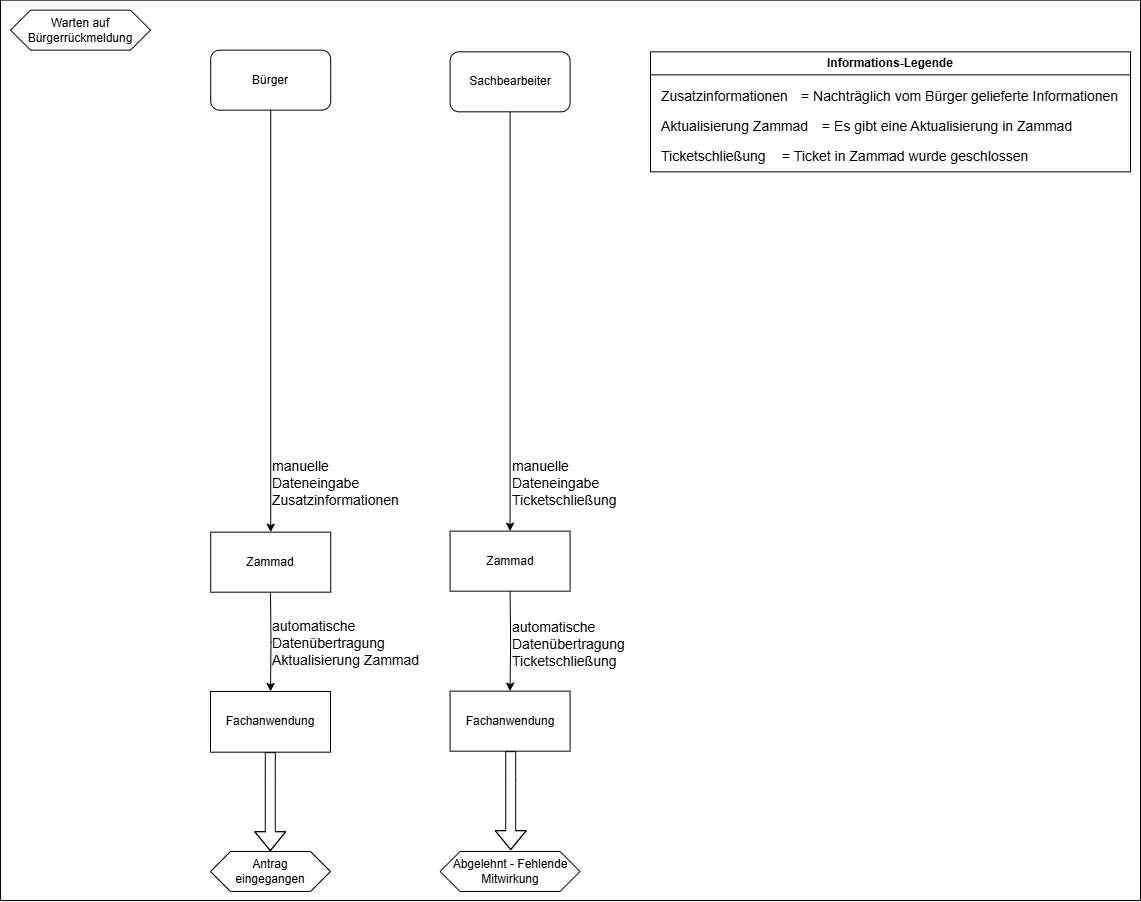
Above: docs/src/about/dataflow-diagram/Warten-state.png in it-at-m/stadtbezirksbudget (draw.io), before the change. Source tidied: cells renumbered, new cells last; positions are measured from the earlier drawing's top-left corner, leaving out a move shared by most shapes.
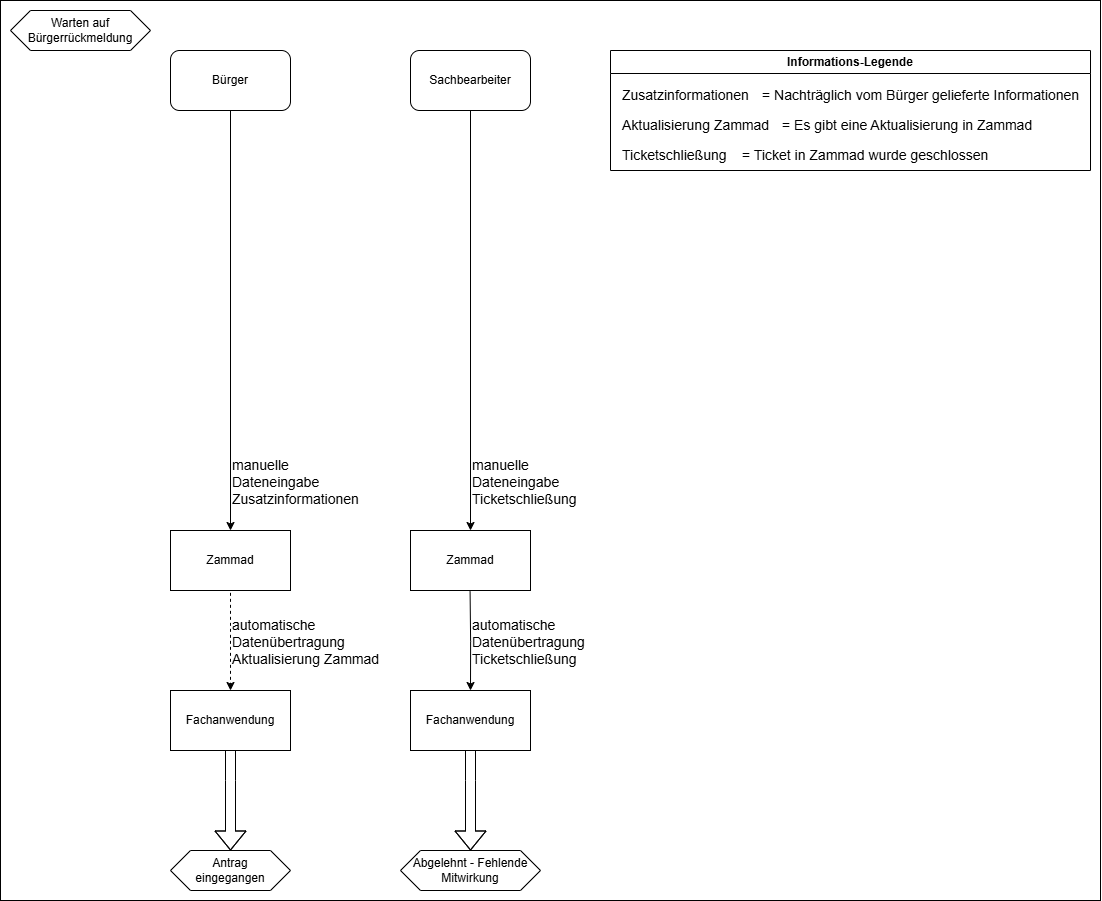
After the commit.

What changed in the source:
```diff
@@ -2,102 +2,109 @@
   <root>
     <mxCell id="0" />
     <mxCell id="1" parent="0" />
+    <mxCell id="29" style="edgeStyle=orthogonalEdgeStyle;rounded=0;orthogonalLoop=1;jettySize=auto;html=1;entryX=0.5;entryY=0;entryDx=0;entryDy=0;" parent="1" edge="1">
+      <mxGeometry relative="1" as="geometry">
+        <mxPoint x="790" y="690" as="targetPoint" />
+      </mxGeometry>
+    </mxCell>
     <mxCell id="2" value="Warten auf Bürgerrückmeldung" style="shape=hexagon;perimeter=hexagonPerimeter2;whiteSpace=wrap;html=1;fixedSize=1;" parent="1" vertex="1">
-      <mxGeometry x="10" y="9.7" width="140" height="40" as="geometry" />
+      <mxGeometry x="10" y="10" width="140" height="40" as="geometry" />
     </mxCell>
-    <mxCell id="3" style="edgeStyle=orthogonalEdgeStyle;rounded=0;jettySize=auto;html=1;entryX=0.5;entryY=0;entryDx=0;entryDy=0;" parent="1" edge="1" source="4" target="5">
-      <mxGeometry relative="1" as="geometry" />
-    </mxCell>
+    <mxCell id="30" style="edgeStyle=orthogonalEdgeStyle;rounded=0;jettySize=auto;html=1;entryX=0.5;entryY=0;entryDx=0;entryDy=0;" parent="1" edge="1" source="4" target="31">
+      <mxGeometry relative="1" as="geometry" />
+    </mxCell>
     <mxCell id="4" value="Bürger" style="rounded=1;whiteSpace=wrap;html=1;" parent="1" vertex="1">
-      <mxGeometry x="210.2" y="49.7" width="120" height="60" as="geometry" />
+      <mxGeometry x="170" y="50" width="120" height="60" as="geometry" />
     </mxCell>
-    <mxCell id="5" value="Zammad" style="rounded=0;whiteSpace=wrap;html=1;" parent="1" vertex="1">
-      <mxGeometry x="210.2" y="531.7" width="120" height="60" as="geometry" />
-    </mxCell>
+    <mxCell id="31" value="Zammad" style="rounded=0;whiteSpace=wrap;html=1;" parent="1" vertex="1">
+      <mxGeometry x="170" y="530" width="120" height="60" as="geometry" />
+    </mxCell>
     <mxCell id="6" value="&lt;div&gt;&lt;font style=&quot;font-size: 14px;&quot;&gt;manuelle&lt;/font&gt;&lt;/div&gt;&lt;div&gt;&lt;font style=&quot;font-size: 14px;&quot;&gt;Dateneingabe&lt;/font&gt;&lt;/div&gt;&lt;div&gt;&lt;font style=&quot;&quot;&gt;&lt;font style=&quot;font-size: 14px;&quot;&gt;Zusatzinformationen&lt;/font&gt;&lt;br&gt;&lt;/font&gt;&lt;/div&gt;" style="text;whiteSpace=wrap;html=1;" parent="1" vertex="1">
-      <mxGeometry x="269.8" y="451" width="120" height="50" as="geometry" />
+      <mxGeometry x="230" y="450" width="120" height="50" as="geometry" />
     </mxCell>
-    <mxCell id="7" style="edgeStyle=orthogonalEdgeStyle;rounded=0;jettySize=auto;html=1;entryX=0.5;entryY=0;entryDx=0;entryDy=0;" parent="1" edge="1" target="8">
-      <mxGeometry relative="1" as="geometry">
-        <mxPoint x="270" y="592" as="sourcePoint" />
-      </mxGeometry>
-    </mxCell>
-    <mxCell id="8" value="Fachanwendung" style="rounded=0;whiteSpace=wrap;html=1;" parent="1" vertex="1">
-      <mxGeometry x="210" y="691" width="120" height="60.7" as="geometry" />
-    </mxCell>
+    <mxCell id="32" style="edgeStyle=orthogonalEdgeStyle;rounded=0;orthogonalLoop=1;jettySize=auto;html=1;entryX=0.5;entryY=0;entryDx=0;entryDy=0;dashed=1;" parent="1" edge="1">
+      <mxGeometry relative="1" as="geometry">
+        <mxPoint x="230" y="592.3" as="sourcePoint" />
+        <mxPoint x="230" y="690" as="targetPoint" />
+      </mxGeometry>
+    </mxCell>
     <mxCell id="9" value="&lt;div&gt;&lt;font style=&quot;font-size: 14px;&quot;&gt;automatische&lt;/font&gt;&lt;/div&gt;&lt;div&gt;&lt;font style=&quot;font-size: 14px;&quot;&gt;Datenübertragung&lt;/font&gt;&lt;/div&gt;&lt;div&gt;&lt;font style=&quot;font-size: 14px;&quot;&gt;Aktualisierung &lt;/font&gt;&lt;font style=&quot;&quot;&gt;&lt;font style=&quot;font-size: 14px;&quot;&gt;Zammad&lt;/font&gt;&lt;br&gt;&lt;/font&gt;&lt;/div&gt;" style="text;whiteSpace=wrap;html=1;" parent="1" vertex="1">
-      <mxGeometry x="269.6" y="611" width="180" height="50" as="geometry" />
+      <mxGeometry x="230" y="610" width="180" height="50" as="geometry" />
     </mxCell>
-    <mxCell id="10" style="shape=flexArrow;endArrow=classic;html=1;rounded=0;exitX=0.5;exitY=1;exitDx=0;exitDy=0;entryX=0.5;entryY=0;entryDx=0;entryDy=0;" parent="1" edge="1">
-      <mxGeometry relative="1" as="geometry">
-        <mxPoint x="269.8" y="751.7" as="sourcePoint" />
-        <mxPoint x="269.8" y="850.7" as="targetPoint" />
-        <Array as="points">
-          <mxPoint x="269.8" y="780.7" />
-        </Array>
-      </mxGeometry>
-    </mxCell>
+    <mxCell id="33" style="shape=flexArrow;endArrow=classic;html=1;rounded=0;entryX=0.5;entryY=0;entryDx=0;entryDy=0;" parent="1" edge="1">
+      <mxGeometry relative="1" as="geometry">
+        <mxPoint x="230" y="730" as="sourcePoint" />
+        <mxPoint x="230" y="850" as="targetPoint" />
+        <Array as="points">
+          <mxPoint x="230" y="780" />
+        </Array>
+      </mxGeometry>
+    </mxCell>
     <mxCell id="11" value="Antrag&lt;div&gt;eingegangen&lt;/div&gt;" style="shape=hexagon;perimeter=hexagonPerimeter2;whiteSpace=wrap;html=1;fixedSize=1;" parent="1" vertex="1">
-      <mxGeometry x="210" y="851" width="120" height="40" as="geometry" />
+      <mxGeometry x="170" y="850" width="120" height="40" as="geometry" />
     </mxCell>
     <mxCell id="12" value="Sachbearbeiter" style="rounded=1;whiteSpace=wrap;html=1;" parent="1" vertex="1">
-      <mxGeometry x="449.6" y="51.3" width="120" height="60" as="geometry" />
+      <mxGeometry x="410" y="50" width="120" height="60" as="geometry" />
     </mxCell>
-    <mxCell id="13" style="edgeStyle=orthogonalEdgeStyle;rounded=0;jettySize=auto;html=1;entryX=0.5;entryY=0;entryDx=0;entryDy=0;exitX=0.5;exitY=1;exitDx=0;exitDy=0;" parent="1" edge="1" target="14">
-      <mxGeometry relative="1" as="geometry">
-        <mxPoint x="509.6" y="590.7" as="sourcePoint" />
-      </mxGeometry>
-    </mxCell>
-    <mxCell id="14" value="Fachanwendung" style="rounded=0;whiteSpace=wrap;html=1;" parent="1" vertex="1">
-      <mxGeometry x="449.6" y="690.7" width="120" height="60" as="geometry" />
-    </mxCell>
-    <mxCell id="15" value="Zammad" style="rounded=0;whiteSpace=wrap;html=1;" parent="1" vertex="1">
-      <mxGeometry x="449.6" y="530.7" width="120" height="60" as="geometry" />
-    </mxCell>
+    <mxCell id="34" style="edgeStyle=orthogonalEdgeStyle;rounded=0;orthogonalLoop=1;jettySize=auto;html=1;entryX=0.5;entryY=0;entryDx=0;entryDy=0;exitX=0.5;exitY=1;exitDx=0;exitDy=0;" parent="1" edge="1">
+      <mxGeometry relative="1" as="geometry">
+        <mxPoint x="469.6" y="591" as="sourcePoint" />
+        <mxPoint x="470" y="690" as="targetPoint" />
+      </mxGeometry>
+    </mxCell>
+    <mxCell id="35" value="Zammad" style="rounded=0;whiteSpace=wrap;html=1;" parent="1" vertex="1">
+      <mxGeometry x="410" y="530" width="120" height="60" as="geometry" />
+    </mxCell>
     <mxCell id="16" value="&lt;div&gt;&lt;font style=&quot;font-size: 14px;&quot;&gt;manuelle&lt;/font&gt;&lt;/div&gt;&lt;div&gt;&lt;font style=&quot;font-size: 14px;&quot;&gt;Dateneingabe&lt;/font&gt;&lt;/div&gt;&lt;div&gt;&lt;font style=&quot;font-size: 14px;&quot;&gt;Ticketschließung&lt;/font&gt;&lt;/div&gt;" style="text;whiteSpace=wrap;html=1;" parent="1" vertex="1">
-      <mxGeometry x="509.6" y="451.3" width="120" height="60" as="geometry" />
+      <mxGeometry x="470" y="450" width="120" height="60" as="geometry" />
     </mxCell>
-    <mxCell id="17" style="endArrow=classic;html=1;rounded=0;exitX=0.5;exitY=1;exitDx=0;exitDy=0;" parent="1" edge="1" source="12" target="15">
-      <mxGeometry relative="1" as="geometry" />
-    </mxCell>
+    <mxCell id="36" style="endArrow=classic;html=1;rounded=0;exitX=0.5;exitY=1;exitDx=0;exitDy=0;" parent="1" edge="1" source="12" target="35">
+      <mxGeometry relative="1" as="geometry" />
+    </mxCell>
     <mxCell id="18" value="&lt;div&gt;&lt;font style=&quot;font-size: 14px;&quot;&gt;automatische&lt;/font&gt;&lt;/div&gt;&lt;div&gt;&lt;font style=&quot;font-size: 14px;&quot;&gt;Datenübertragung&lt;/font&gt;&lt;/div&gt;&lt;div&gt;&lt;font style=&quot;font-size: 14px;&quot;&gt;Ticketschließung&lt;/font&gt;&lt;/div&gt;" style="text;whiteSpace=wrap;html=1;" parent="1" vertex="1">
-      <mxGeometry x="510.2" y="612.3" width="150" height="40" as="geometry" />
+      <mxGeometry x="470" y="610" width="150" height="40" as="geometry" />
     </mxCell>
-    <mxCell id="19" style="shape=flexArrow;endArrow=classic;html=1;rounded=0;exitX=0.5;exitY=1;exitDx=0;exitDy=0;entryX=0.5;entryY=0;entryDx=0;entryDy=0;" parent="1" edge="1">
-      <mxGeometry relative="1" as="geometry">
-        <mxPoint x="510.2" y="750.7" as="sourcePoint" />
-        <mxPoint x="510.2" y="849.7" as="targetPoint" />
-        <Array as="points">
-          <mxPoint x="510.2" y="779.7" />
-        </Array>
-      </mxGeometry>
-    </mxCell>
+    <mxCell id="37" style="shape=flexArrow;endArrow=classic;html=1;rounded=0;entryX=0.5;entryY=0;entryDx=0;entryDy=0;" parent="1" edge="1">
+      <mxGeometry relative="1" as="geometry">
+        <mxPoint x="470" y="740" as="sourcePoint" />
+        <mxPoint x="470" y="850" as="targetPoint" />
+        <Array as="points">
+          <mxPoint x="470" y="780" />
+        </Array>
+      </mxGeometry>
+    </mxCell>
     <mxCell id="20" value="Informations-Legende" style="swimlane;whiteSpace=wrap;html=1;" parent="1" vertex="1">
-      <mxGeometry x="650" y="51.3" width="480" height="120" as="geometry" />
+      <mxGeometry x="610" y="50" width="480" height="120" as="geometry" />
     </mxCell>
     <mxCell id="21" value="&lt;font style=&quot;font-size: 14px;&quot;&gt;Aktualisierung Zammad&lt;/font&gt;" style="text;html=1;align=left;verticalAlign=middle;strokeColor=none;fillColor=none;" parent="20" vertex="1">
-      <mxGeometry x="9" y="60" width="170" height="30" as="geometry" />
+      <mxGeometry x="10" y="60" width="170" height="30" as="geometry" />
     </mxCell>
     <mxCell id="22" value="&lt;font style=&quot;font-size: 14px;&quot;&gt;= Es gibt eine Aktualisierung in Zammad&lt;/font&gt;" style="text;html=1;align=left;verticalAlign=middle;strokeColor=none;fillColor=none;" parent="20" vertex="1">
-      <mxGeometry x="169.5" y="60" width="270" height="30" as="geometry" />
+      <mxGeometry x="170" y="60" width="270" height="30" as="geometry" />
     </mxCell>
     <mxCell id="23" value="&lt;font style=&quot;font-size: 14px;&quot;&gt;Zusatzinformationen&lt;/font&gt;" style="text;html=1;align=left;verticalAlign=middle;strokeColor=none;fillColor=none;" parent="20" vertex="1">
-      <mxGeometry x="9" y="30" width="150" height="30" as="geometry" />
+      <mxGeometry x="10" y="30" width="150" height="30" as="geometry" />
     </mxCell>
     <mxCell id="24" value="&lt;font style=&quot;font-size: 14px;&quot;&gt;= Nachträglich vom Bürger gelieferte Informationen&lt;/font&gt;" style="text;html=1;align=left;verticalAlign=middle;strokeColor=none;fillColor=none;" parent="20" vertex="1">
-      <mxGeometry x="149" y="30" width="340" height="30" as="geometry" />
+      <mxGeometry x="150" y="30" width="340" height="30" as="geometry" />
     </mxCell>
     <mxCell id="25" value="&lt;font style=&quot;font-size: 14px;&quot;&gt;Ticketschließung&lt;/font&gt;" style="text;html=1;align=left;verticalAlign=middle;strokeColor=none;fillColor=none;" parent="20" vertex="1">
-      <mxGeometry x="9" y="90" width="130" height="30" as="geometry" />
+      <mxGeometry x="10" y="90" width="130" height="30" as="geometry" />
     </mxCell>
     <mxCell id="26" value="&lt;font style=&quot;font-size: 14px;&quot;&gt;= Ticket in Zammad wurde geschlossen&lt;/font&gt;" style="text;html=1;align=left;verticalAlign=middle;strokeColor=none;fillColor=none;" parent="20" vertex="1">
       <mxGeometry x="130" y="90" width="270" height="30" as="geometry" />
     </mxCell>
     <mxCell id="27" value="Abgelehnt - Fehlende Mitwirkung" style="shape=hexagon;perimeter=hexagonPerimeter2;whiteSpace=wrap;html=1;fixedSize=1;" parent="1" vertex="1">
-      <mxGeometry x="439.6" y="851" width="140" height="40" as="geometry" />
+      <mxGeometry x="400" y="850" width="140" height="40" as="geometry" />
     </mxCell>
-    <mxCell id="28" style="rounded=0;whiteSpace=wrap;html=1;fillColor=none;" parent="1" vertex="1">
-      <mxGeometry y="-0.3" width="1140" height="900.3" as="geometry" />
-    </mxCell>
+    <mxCell id="38" value="Fachanwendung" style="rounded=0;whiteSpace=wrap;html=1;" parent="1" vertex="1">
+      <mxGeometry x="170" y="690" width="120" height="60" as="geometry" />
+    </mxCell>
+    <mxCell id="39" value="Fachanwendung" style="rounded=0;whiteSpace=wrap;html=1;" parent="1" vertex="1">
+      <mxGeometry x="410" y="690" width="120" height="60" as="geometry" />
+    </mxCell>
+    <mxCell id="40" style="rounded=0;whiteSpace=wrap;html=1;fillColor=none;" parent="1" vertex="1">
+      <mxGeometry width="1100" height="900" as="geometry" />
+    </mxCell>
   </root>
 </mxGraphModel>
```
